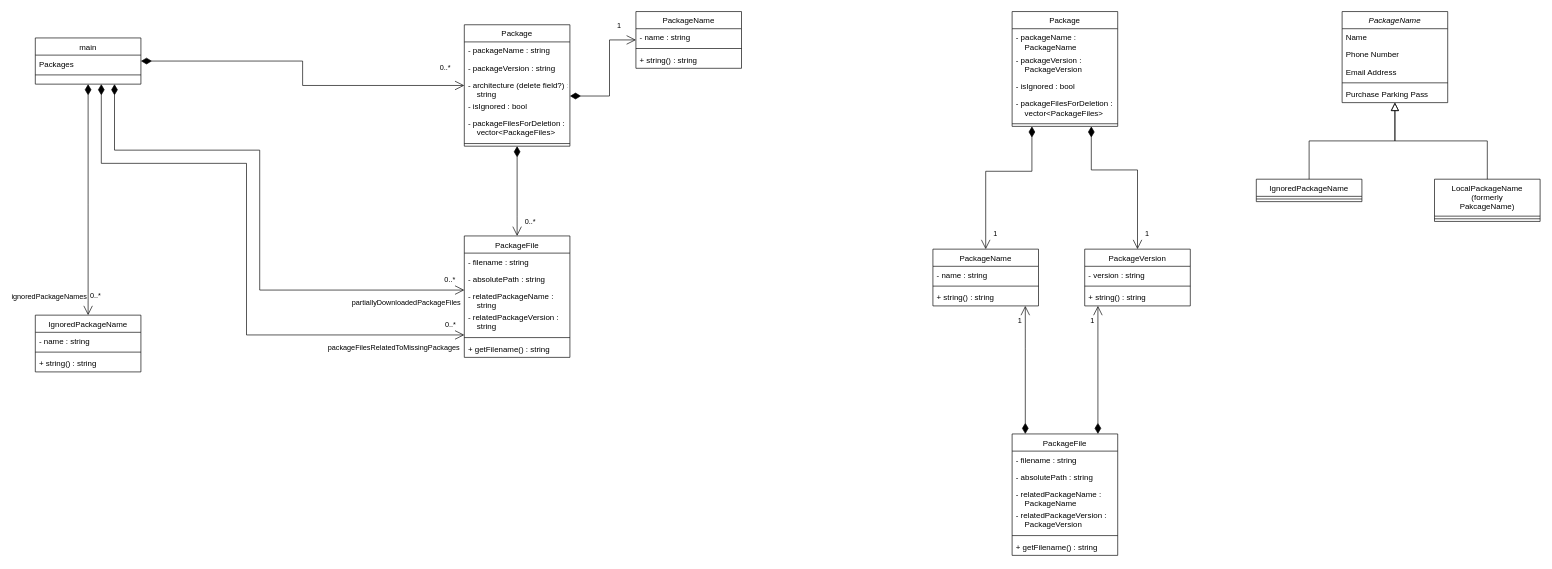
Earlier version of the draw.io diagram clean_pacman_cache_dir.drawio (kyberdrb/clean_pacman_cache_dir). Source tidied: cells renumbered, new cells numbered last; positions are measured from the earlier drawing's top-left corner, leaving out a move shared by most shapes. Both pictures are drawn from the tidied source at 66%, with x=0, y=0 at pixel (35, 11).
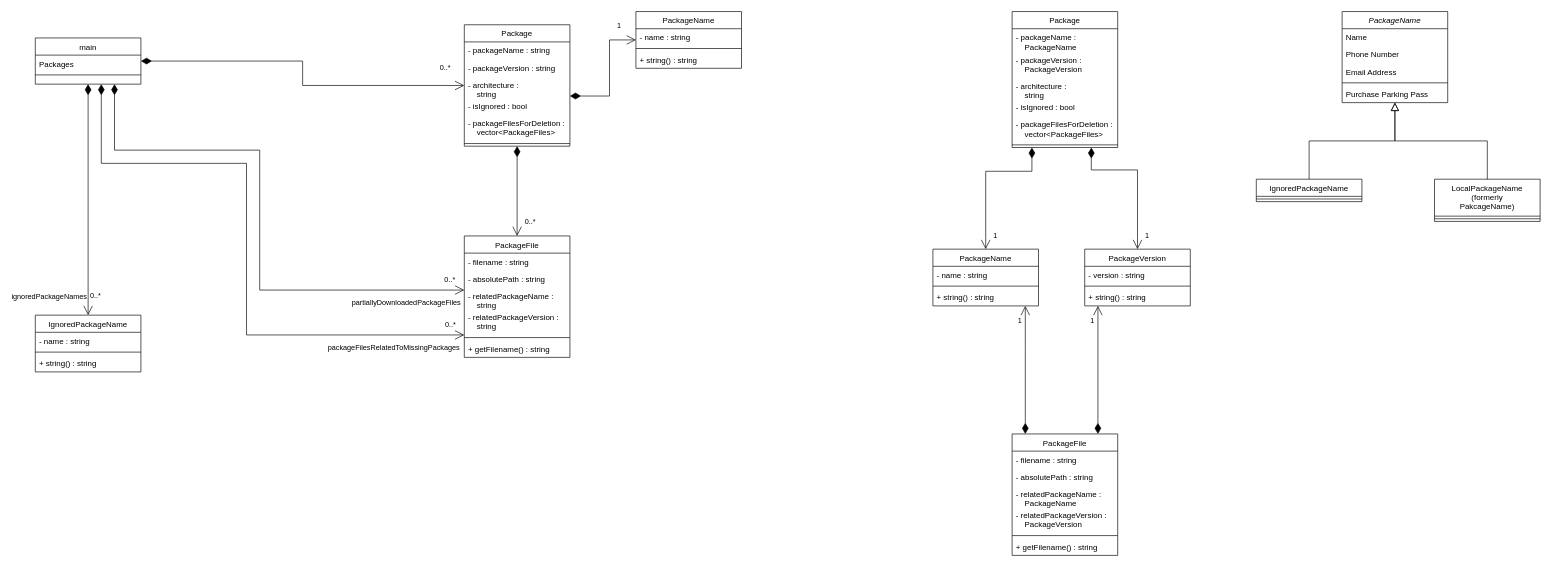
The same page after the edit.

The change refers to these unchanged cells:
```xml
<mxCell id="14" value="Package" style="swimlane;fontStyle=0;align=center;verticalAlign=top;horizontal=1;startSize=26;rounded=0;shadow=0;strokeWidth=1;" parent="1" vertex="1">
  <mxGeometry x="650" y="20" width="160" height="184" as="geometry" />
</mxCell>
```

Change to the diagram source:
```diff
@@
-    <mxCell id="17" value="- architecture (delete field?) :&#10;    string&#10;" style="text;align=left;verticalAlign=top;spacingLeft=4;spacingRight=4;overflow=hidden;rounded=0;shadow=0;html=0;" parent="14" vertex="1">
+    <mxCell id="17" value="- architecture :&#10;    string&#10;" style="text;align=left;verticalAlign=top;spacingLeft=4;spacingRight=4;overflow=hidden;rounded=0;shadow=0;html=0;" parent="14" vertex="1">
       <mxGeometry y="78" width="160" height="32" as="geometry" />
     </mxCell>
@@
     <mxCell id="69" value="Package" style="swimlane;fontStyle=0;align=center;verticalAlign=top;horizontal=1;startSize=26;rounded=0;shadow=0;strokeWidth=1;" parent="1" vertex="1">
-      <mxGeometry x="1480" width="160" height="174" as="geometry" />
+      <mxGeometry x="1480" width="160" height="206" as="geometry" />
     </mxCell>
@@
+    <mxCell id="77" value="- architecture :&#10;    string&#10;" style="text;align=left;verticalAlign=top;spacingLeft=4;spacingRight=4;overflow=hidden;rounded=0;shadow=0;html=0;" parent="69" vertex="1">
+      <mxGeometry y="100" width="160" height="32" as="geometry" />
+    </mxCell>
     <mxCell id="72" value="- isIgnored : bool" style="text;align=left;verticalAlign=top;spacingLeft=4;spacingRight=4;overflow=hidden;rounded=0;shadow=0;html=0;" parent="69" vertex="1">
-      <mxGeometry y="100" width="160" height="26" as="geometry" />
+      <mxGeometry y="132" width="160" height="26" as="geometry" />
     </mxCell>
     <mxCell id="73" value="- packageFilesForDeletion :&#10;    vector&lt;PackageFiles&gt;&#10;" style="text;align=left;verticalAlign=top;spacingLeft=4;spacingRight=4;overflow=hidden;rounded=0;shadow=0;html=0;" parent="69" vertex="1">
-      <mxGeometry y="126" width="160" height="40" as="geometry" />
+      <mxGeometry y="158" width="160" height="40" as="geometry" />
     </mxCell>
     <mxCell id="74" style="line;html=1;strokeWidth=1;align=left;verticalAlign=middle;spacingTop=-1;spacingLeft=3;spacingRight=3;labelPosition=right;" parent="69" vertex="1">
-      <mxGeometry y="166" width="160" height="8" as="geometry" />
+      <mxGeometry y="198" width="160" height="8" as="geometry" />
     </mxCell>
```
